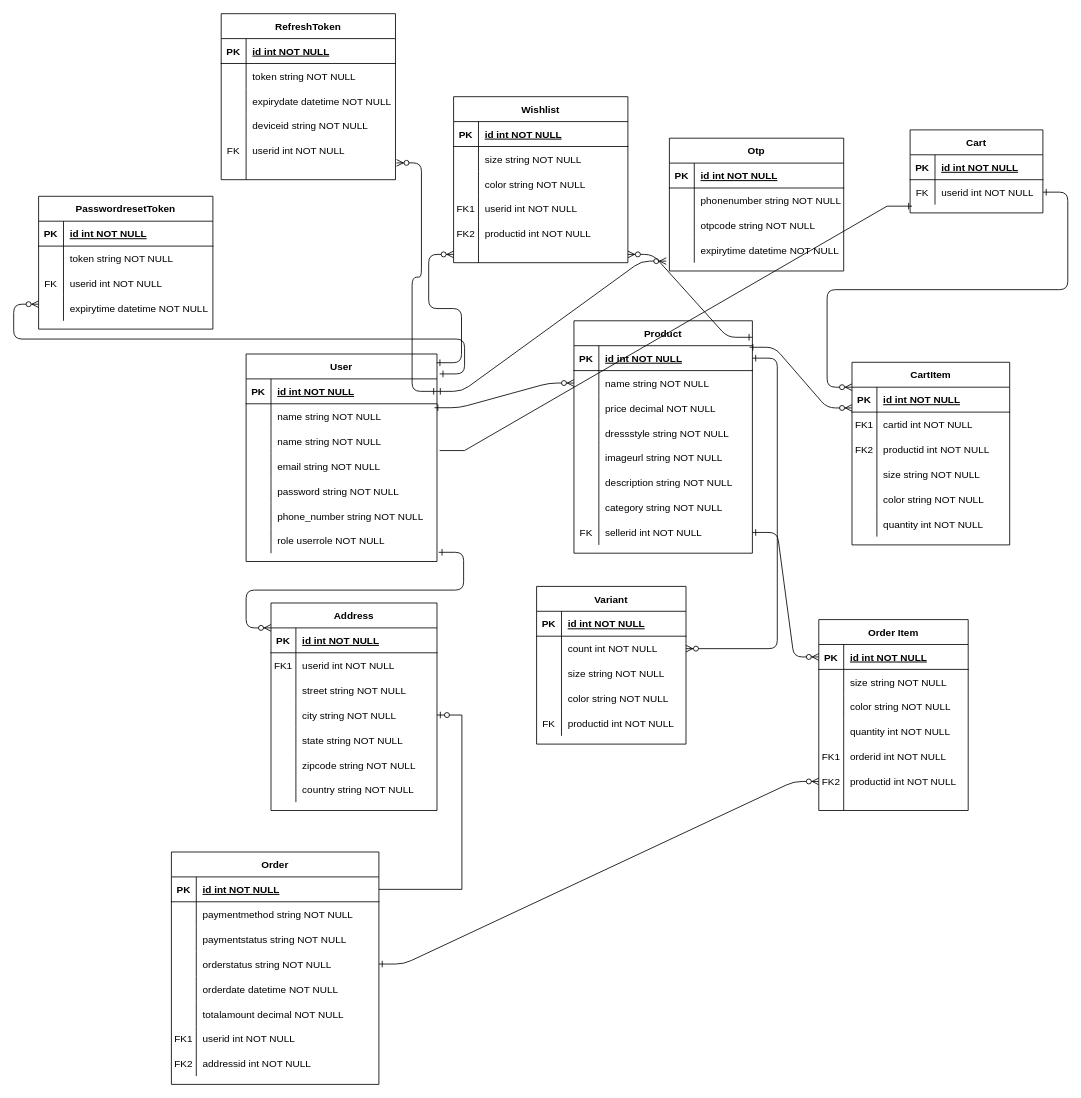
Bhoomi02-byte/Ecommerce keeps this draw.io diagram as Ecommerce/Ecommerce/Models/Entities/Untitled Diagram.drawio. Above is the earlier version. Source tidied: cells renumbered, new cells numbered last; positions are measured from the earlier drawing's top-left corner, leaving out a move shared by most shapes. Both pictures are drawn from the tidied source at 83%, with x=0, y=0 at pixel (38, 13).
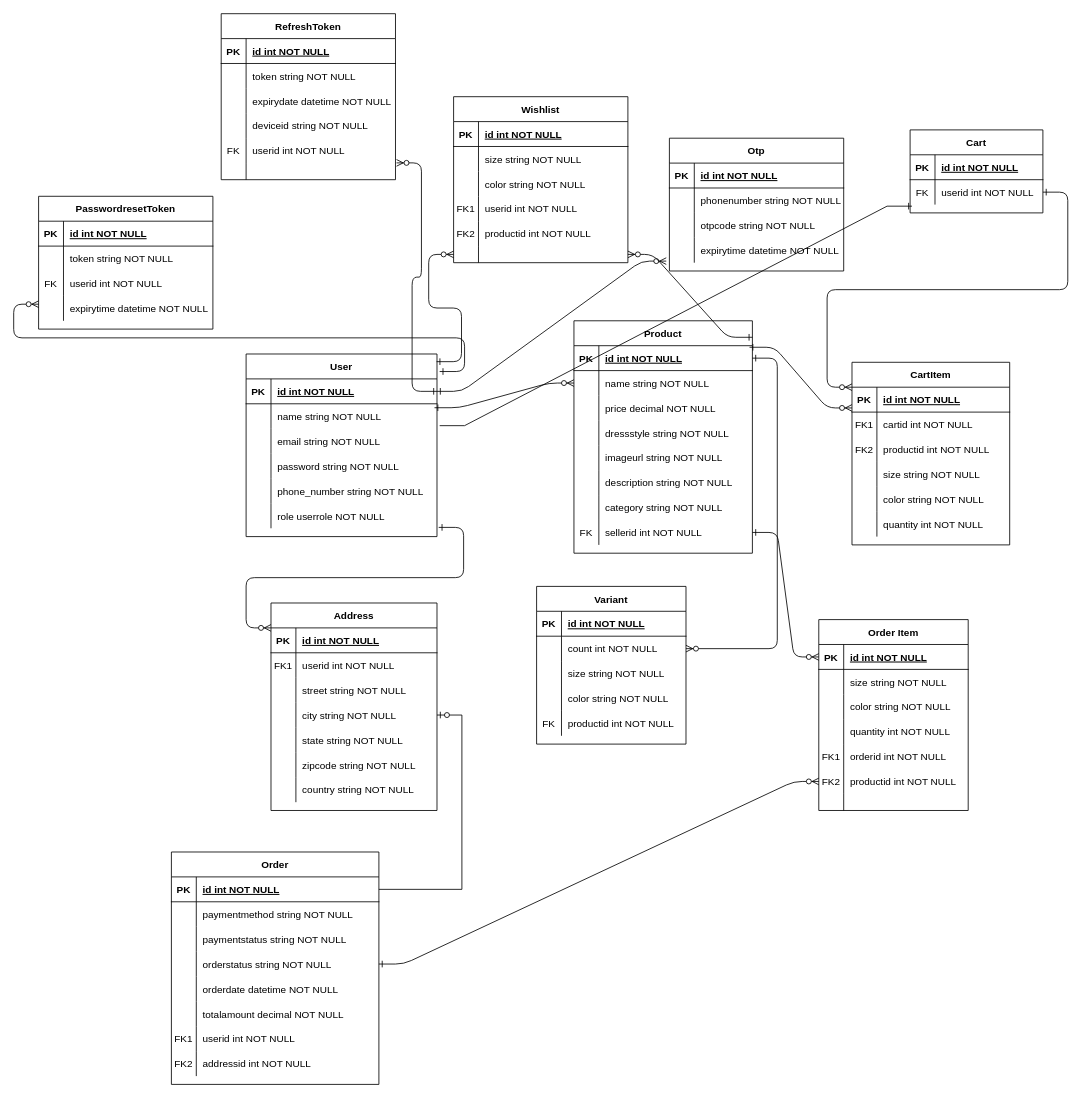
After the change.

Diff of the diagram source:
```diff
@@
     <mxCell id="46" value="User" style="shape=table;startSize=30;childLayout=tableLayout;rowLines=0;fontStyle=1;align=center;" parent="1" vertex="1">
-      <mxGeometry x="250" y="410" width="230" height="250" as="geometry" />
+      <mxGeometry x="250" y="410" width="230" height="220" as="geometry" />
     </mxCell>
@@
-    <mxCell id="53" style="shape=partialRectangle;fillColor=none;top=0;left=0;right=0;bottom=0;" parent="46" vertex="1">
-      <mxGeometry y="90" width="230" height="30" as="geometry" />
-    </mxCell>
-    <mxCell id="54" style="shape=partialRectangle;overflow=hidden;fillColor=none;top=0;left=0;bottom=0;right=0;" parent="53" vertex="1">
-      <mxGeometry width="30" height="30" as="geometry" />
-    </mxCell>
-    <mxCell id="55" value="name string NOT NULL" style="shape=partialRectangle;overflow=hidden;fillColor=none;top=0;left=0;bottom=0;right=0;align=left;spacingLeft=6;" parent="53" vertex="1">
-      <mxGeometry x="30" width="200" height="30" as="geometry" />
-    </mxCell>
     <mxCell id="56" style="shape=partialRectangle;fillColor=none;points=[[0,0.5],[1,0.5]];portConstraint=eastwest;top=0;left=0;right=0;bottom=0;" parent="46" vertex="1">
-      <mxGeometry y="120" width="230" height="30" as="geometry" />
+      <mxGeometry y="90" width="230" height="30" as="geometry" />
     </mxCell>
@@
     <mxCell id="59" style="shape=partialRectangle;fillColor=none;top=0;left=0;right=0;bottom=0;" parent="46" vertex="1">
-      <mxGeometry y="150" width="230" height="30" as="geometry" />
+      <mxGeometry y="120" width="230" height="30" as="geometry" />
     </mxCell>
@@
     <mxCell id="62" style="shape=partialRectangle;fillColor=none;top=0;left=0;right=0;bottom=0;" parent="46" vertex="1">
-      <mxGeometry y="180" width="230" height="30" as="geometry" />
+      <mxGeometry y="150" width="230" height="30" as="geometry" />
     </mxCell>
@@
     <mxCell id="65" style="shape=partialRectangle;fillColor=none;points=[[0,0.5],[1,0.5]];portConstraint=eastwest;top=0;left=0;right=0;bottom=0;" parent="46" vertex="1">
-      <mxGeometry y="210" width="230" height="30" as="geometry" />
+      <mxGeometry y="180" width="230" height="30" as="geometry" />
     </mxCell>
```
